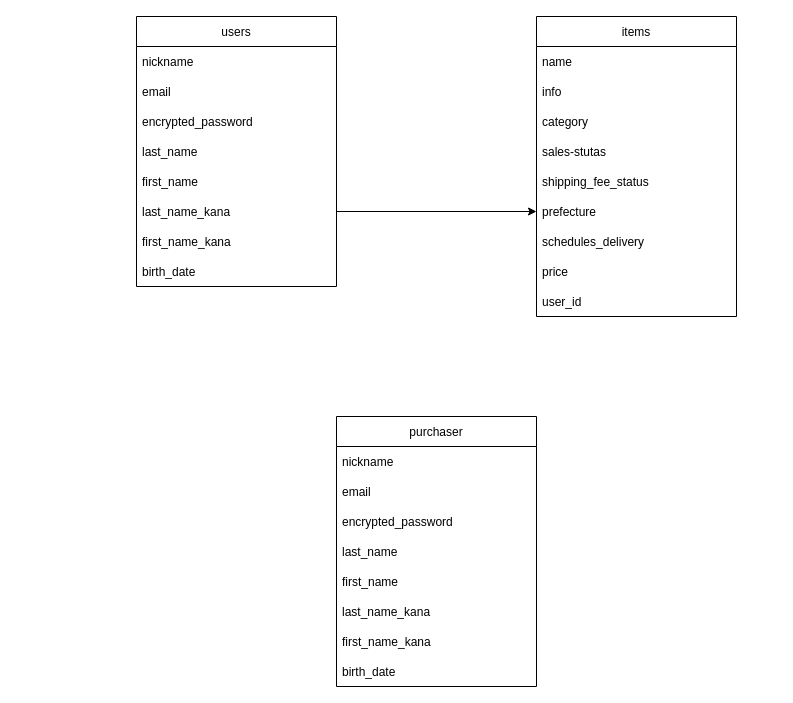
This is furima.dio from Kazuki10peace/furima-37023, a draw.io file, before an edit. Source tidied: cells renumbered, new cells numbered last; positions are measured from the earlier drawing's top-left corner, leaving out a move shared by most shapes. Both pictures are drawn from the tidied source at 100%, with x=0, y=0 at pixel (136, 16).
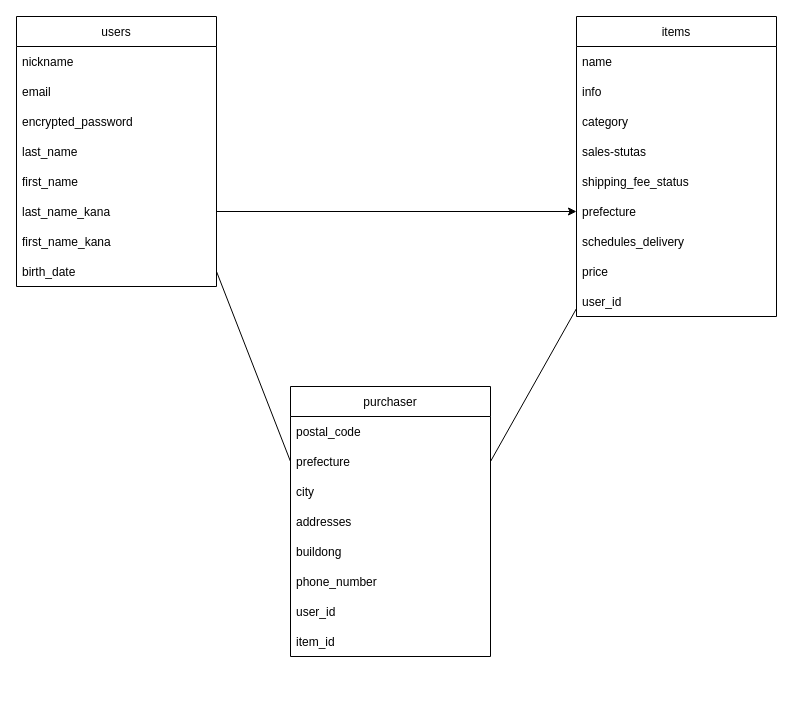
The same diagram, later.

The change refers to these unchanged cells:
```xml
<mxCell id="10" value="birth_date" style="text;strokeColor=none;fillColor=none;align=left;verticalAlign=middle;spacingLeft=4;spacingRight=4;overflow=hidden;points=[[0,0.5],[1,0.5]];portConstraint=eastwest;" parent="2" vertex="1">
  <mxGeometry y="240" width="200" height="30" as="geometry" />
</mxCell>
<mxCell id="20" value="user_id" style="text;strokeColor=none;fillColor=none;align=left;verticalAlign=middle;spacingLeft=4;spacingRight=4;overflow=hidden;points=[[0,0.5],[1,0.5]];portConstraint=eastwest;" parent="11" vertex="1">
  <mxGeometry y="270" width="200" height="30" as="geometry" />
</mxCell>
```

Change to the diagram source:
```diff
@@
     <mxCell id="2" value="users" style="swimlane;fontStyle=0;horizontal=1;startSize=30;" parent="1" vertex="1">
-      <mxGeometry width="200" height="270" as="geometry" />
+      <mxGeometry x="-120" width="200" height="270" as="geometry" />
     </mxCell>
@@
     <mxCell id="11" value="items" style="swimlane;fontStyle=0;horizontal=1;startSize=30;" parent="1" vertex="1">
-      <mxGeometry x="400" width="200" height="300" as="geometry" />
+      <mxGeometry x="440" width="200" height="300" as="geometry" />
     </mxCell>
@@
     <mxCell id="22" value="purchaser" style="swimlane;fontStyle=0;horizontal=1;startSize=30;" parent="1" vertex="1">
-      <mxGeometry x="200" y="400" width="200" height="270" as="geometry" />
+      <mxGeometry x="154" y="370" width="200" height="270" as="geometry" />
     </mxCell>
-    <mxCell id="23" value="nickname" style="text;strokeColor=none;fillColor=none;align=left;verticalAlign=middle;spacingLeft=4;spacingRight=4;overflow=hidden;" parent="22" vertex="1">
+    <mxCell id="23" value="postal_code" style="text;strokeColor=none;fillColor=none;align=left;verticalAlign=middle;spacingLeft=4;spacingRight=4;overflow=hidden;" parent="22" vertex="1">
       <mxGeometry y="30" width="200" height="30" as="geometry" />
     </mxCell>
-    <mxCell id="24" value="email" style="text;strokeColor=none;fillColor=none;align=left;verticalAlign=middle;spacingLeft=4;spacingRight=4;overflow=hidden;points=[[0,0.5],[1,0.5]];portConstraint=eastwest;" parent="22" vertex="1">
+    <mxCell id="24" value="prefecture" style="text;strokeColor=none;fillColor=none;align=left;verticalAlign=middle;spacingLeft=4;spacingRight=4;overflow=hidden;points=[[0,0.5],[1,0.5]];portConstraint=eastwest;" parent="22" vertex="1">
       <mxGeometry y="60" width="200" height="30" as="geometry" />
     </mxCell>
-    <mxCell id="25" value="encrypted_password" style="text;strokeColor=none;fillColor=none;align=left;verticalAlign=middle;spacingLeft=4;spacingRight=4;overflow=hidden;" parent="22" vertex="1">
+    <mxCell id="25" value="city" style="text;strokeColor=none;fillColor=none;align=left;verticalAlign=middle;spacingLeft=4;spacingRight=4;overflow=hidden;" parent="22" vertex="1">
       <mxGeometry y="90" width="200" height="30" as="geometry" />
     </mxCell>
-    <mxCell id="26" value="last_name" style="text;strokeColor=none;fillColor=none;align=left;verticalAlign=middle;spacingLeft=4;spacingRight=4;overflow=hidden;" parent="22" vertex="1">
+    <mxCell id="26" value="addresses" style="text;strokeColor=none;fillColor=none;align=left;verticalAlign=middle;spacingLeft=4;spacingRight=4;overflow=hidden;" parent="22" vertex="1">
       <mxGeometry y="120" width="200" height="30" as="geometry" />
     </mxCell>
-    <mxCell id="27" value="first_name" style="text;strokeColor=none;fillColor=none;align=left;verticalAlign=middle;spacingLeft=4;spacingRight=4;overflow=hidden;" parent="22" vertex="1">
+    <mxCell id="27" value="buildong" style="text;strokeColor=none;fillColor=none;align=left;verticalAlign=middle;spacingLeft=4;spacingRight=4;overflow=hidden;" parent="22" vertex="1">
       <mxGeometry y="150" width="200" height="30" as="geometry" />
     </mxCell>
-    <mxCell id="28" value="last_name_kana" style="text;strokeColor=none;fillColor=none;align=left;verticalAlign=middle;spacingLeft=4;spacingRight=4;overflow=hidden;" parent="22" vertex="1">
+    <mxCell id="28" value="phone_number" style="text;strokeColor=none;fillColor=none;align=left;verticalAlign=middle;spacingLeft=4;spacingRight=4;overflow=hidden;" parent="22" vertex="1">
       <mxGeometry y="180" width="200" height="30" as="geometry" />
     </mxCell>
-    <mxCell id="29" value="first_name_kana" style="text;strokeColor=none;fillColor=none;align=left;verticalAlign=middle;spacingLeft=4;spacingRight=4;overflow=hidden;" parent="22" vertex="1">
+    <mxCell id="29" value="user_id" style="text;strokeColor=none;fillColor=none;align=left;verticalAlign=middle;spacingLeft=4;spacingRight=4;overflow=hidden;" parent="22" vertex="1">
       <mxGeometry y="210" width="200" height="30" as="geometry" />
     </mxCell>
-    <mxCell id="30" value="birth_date" style="text;strokeColor=none;fillColor=none;align=left;verticalAlign=middle;spacingLeft=4;spacingRight=4;overflow=hidden;" parent="22" vertex="1">
+    <mxCell id="30" value="item_id" style="text;strokeColor=none;fillColor=none;align=left;verticalAlign=middle;spacingLeft=4;spacingRight=4;overflow=hidden;" parent="22" vertex="1">
       <mxGeometry y="240" width="200" height="30" as="geometry" />
     </mxCell>
+    <mxCell id="31" style="endArrow=none;html=1;entryX=0;entryY=0.733;entryDx=0;entryDy=0;entryPerimeter=0;exitX=1;exitY=0.5;exitDx=0;exitDy=0;" parent="1" edge="1" source="24" target="20">
+      <mxGeometry relative="1" as="geometry" />
+    </mxCell>
+    <mxCell id="32" style="endArrow=none;html=1;entryX=1;entryY=0.5;entryDx=0;entryDy=0;exitX=0;exitY=0.5;exitDx=0;exitDy=0;" parent="1" edge="1" source="24" target="10">
+      <mxGeometry relative="1" as="geometry" />
+    </mxCell>
```
